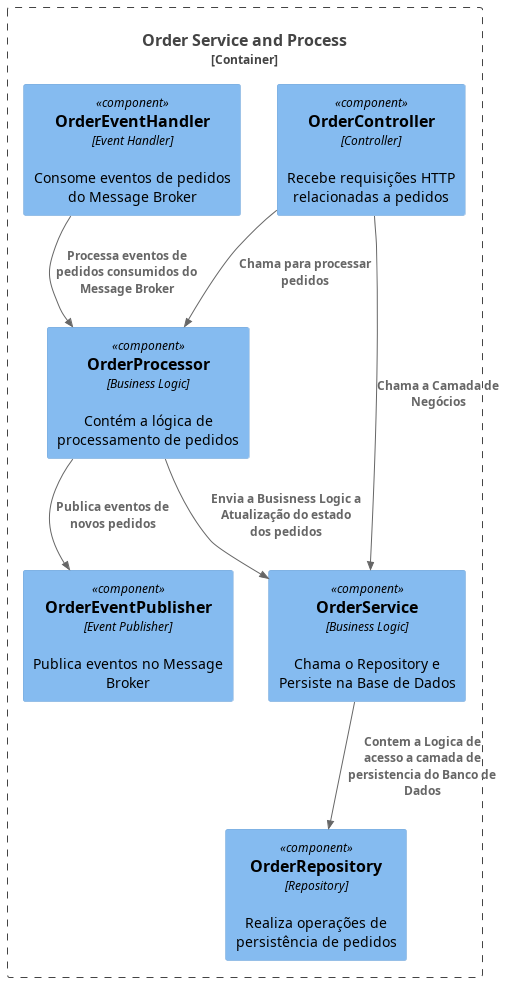
The PlantUML diagram assets/diagrams/out/n4-code-order/Code n4.png in jnerydesigner/Bemol, before a commit. Its diagram source:
```plantuml
@startuml Code n4
!include https://raw.githubusercontent.com/plantuml-stdlib/C4-PlantUML/master/C4_Component.puml

Container_Boundary(orderServiceAndProcess, "Order Service and Process") {
    Component(orderController, "OrderController", "Controller", "Recebe requisições HTTP relacionadas a pedidos")
    Component(orderEventHandler, "OrderEventHandler", "Event Handler", "Consome eventos de pedidos do Message Broker")
    Component(orderRepository, "OrderRepository", "Repository", "Realiza operações de persistência de pedidos")
    Component(orderProcessor, "OrderProcessor", "Business Logic", "Contém a lógica de processamento de pedidos")
    Component(orderEventPublisher, "OrderEventPublisher", "Event Publisher", "Publica eventos no Message Broker")
    Component(orderService, "OrderService", "Business Logic", "Chama o Repository e Persiste na Base de Dados")
}


Rel(orderController, orderProcessor, "Chama para processar pedidos")
Rel(orderProcessor, orderService, "Envia a Busisness Logic a Atualização do estado dos pedidos")
Rel(orderProcessor, orderEventPublisher, "Publica eventos de novos pedidos")
Rel(orderEventHandler, orderProcessor, "Processa eventos de pedidos consumidos do Message Broker")
Rel(orderController, orderService, "Chama a Camada de Negócios")
Rel(orderService, orderRepository, "Contem a Logica de acesso a camada de persistencia do Banco de Dados")

@enduml
```
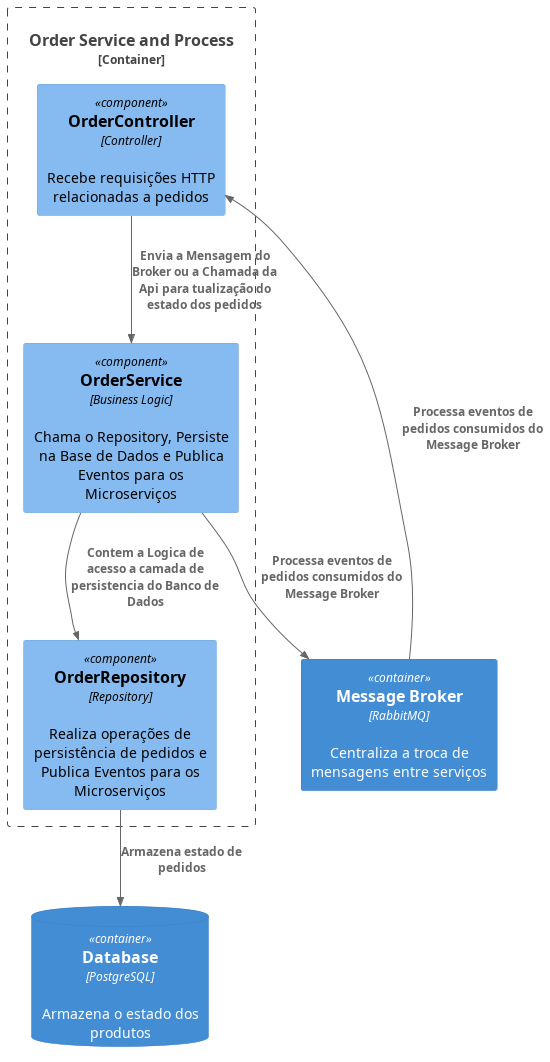
Later version of the same file.

Diff of the diagram source:
```diff
@@ -3,19 +3,21 @@
 
 Container_Boundary(orderServiceAndProcess, "Order Service and Process") {
     Component(orderController, "OrderController", "Controller", "Recebe requisições HTTP relacionadas a pedidos")
-    Component(orderEventHandler, "OrderEventHandler", "Event Handler", "Consome eventos de pedidos do Message Broker")
-    Component(orderRepository, "OrderRepository", "Repository", "Realiza operações de persistência de pedidos")
-    Component(orderProcessor, "OrderProcessor", "Business Logic", "Contém a lógica de processamento de pedidos")
-    Component(orderEventPublisher, "OrderEventPublisher", "Event Publisher", "Publica eventos no Message Broker")
-    Component(orderService, "OrderService", "Business Logic", "Chama o Repository e Persiste na Base de Dados")
+    Component(orderRepository, "OrderRepository", "Repository", "Realiza operações de persistência de pedidos e Publica Eventos para os Microserviços")
+    Component(orderService, "OrderService", "Business Logic", "Chama o Repository, Persiste na Base de Dados e Publica Eventos para os Microserviços")
+
 }
 
+  ContainerDb(database, "Database", "PostgreSQL", "Armazena o estado dos produtos")
+  Container(broker, "Message Broker", "RabbitMQ", "Centraliza a troca de mensagens entre serviços")
 
-Rel(orderController, orderProcessor, "Chama para processar pedidos")
-Rel(orderProcessor, orderService, "Envia a Busisness Logic a Atualização do estado dos pedidos")
-Rel(orderProcessor, orderEventPublisher, "Publica eventos de novos pedidos")
-Rel(orderEventHandler, orderProcessor, "Processa eventos de pedidos consumidos do Message Broker")
-Rel(orderController, orderService, "Chama a Camada de Negócios")
+
+
+
+Rel(broker, orderController, "Processa eventos de pedidos consumidos do Message Broker")
+Rel(orderService, broker, "Processa eventos de pedidos consumidos do Message Broker")
+Rel(orderController, orderService, "Envia a Mensagem do Broker ou a Chamada da Api para tualização do estado dos pedidos")
 Rel(orderService, orderRepository, "Contem a Logica de acesso a camada de persistencia do Banco de Dados")
+Rel(orderRepository, database, "Armazena estado de pedidos")
 
 @enduml
```
